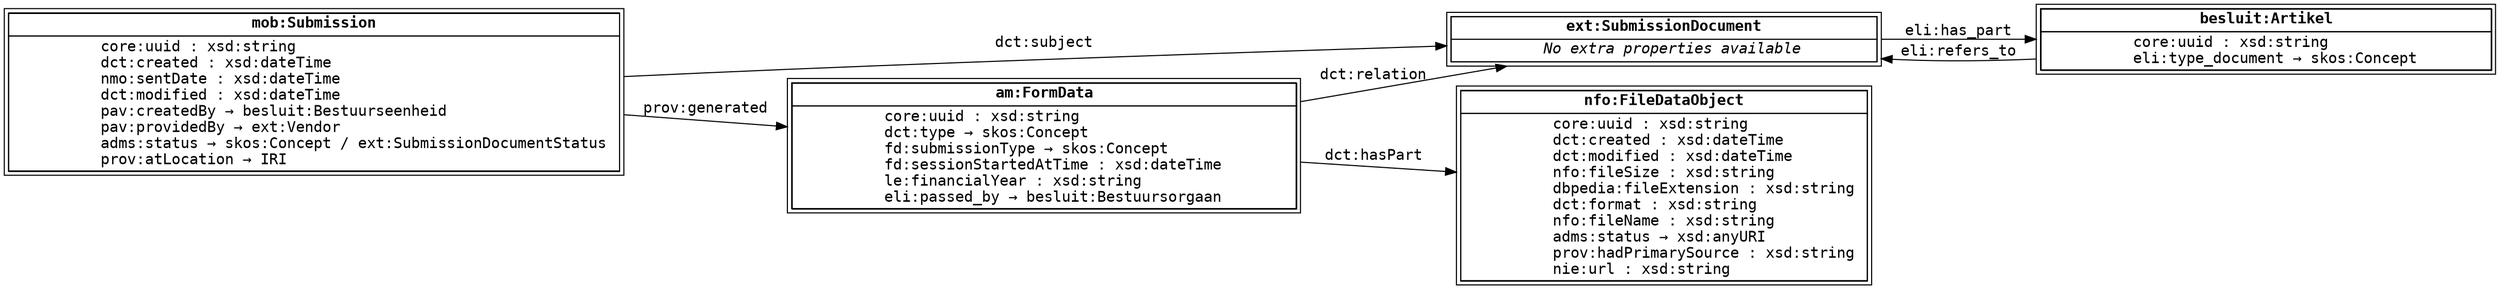
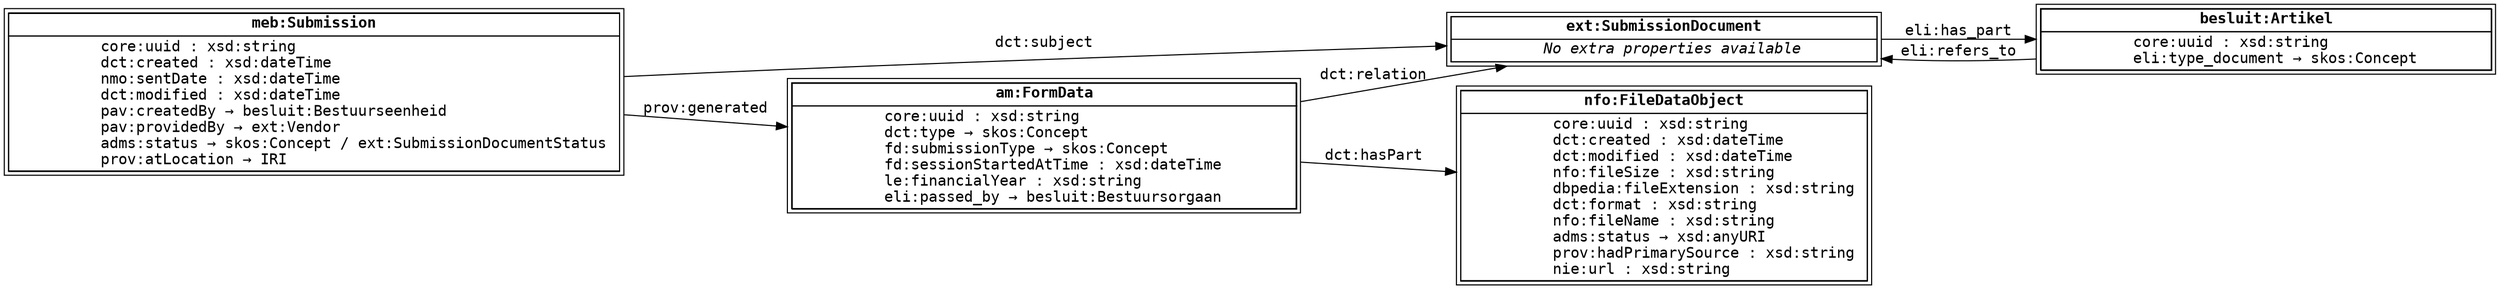
digraph SubmissionData {
  node [shape="box", peripheries=2, margin=0, fontname="Monospace"];
  edge [fontname="Monospace"]
  rankdir="LR"

  Submission [label=<
    <table border="0" cellspacing="0" cellborder="1">
      <tr>
-         <td><b>mob:Submission</b></td>
+         <td><b>meb:Submission</b></td>
      </tr>
      <tr>
        <td balign="left">
          core:uuid : xsd:string <br/>
          dct:created : xsd:dateTime <br/>
          nmo:sentDate : xsd:dateTime <br/>
          dct:modified : xsd:dateTime <br/>
          pav:createdBy → besluit:Bestuurseenheid <br/>
          pav:providedBy → ext:Vendor <br/>
          adms:status → skos:Concept / ext:SubmissionDocumentStatus <br/>
          prov:atLocation → IRI
        </td>
      </tr>
    </table>
  >];

  SubmissionDocument [label=<
    <table border="0" cellspacing="0" cellborder="1">
      <tr>
        <td><b>ext:SubmissionDocument</b></td>
      </tr>
      <tr>
        <td>
          <i>No extra properties available</i>
        </td>
      </tr>
    </table>
  >];

  Artikel [label=<
    <table border="0" cellspacing="0" cellborder="1">
      <tr>
        <td><b>besluit:Artikel</b></td>
      </tr>
      <tr>
        <td balign="left">
          core:uuid : xsd:string <br/>
          eli:type_document → skos:Concept
        </td>
      </tr>
    </table>
  >];

  FormData [label=<
    <table border="0" cellspacing="0" cellborder="1">
      <tr>
        <td><b>am:FormData</b></td>
      </tr>
      <tr>
        <td balign="left">
          core:uuid : xsd:string <br/>
          dct:type → skos:Concept <br/>
          fd:submissionType → skos:Concept <br/>
          fd:sessionStartedAtTime : xsd:dateTime <br/>
          le:financialYear : xsd:string <br/>
          eli:passed_by → besluit:Bestuursorgaan
        </td>
      </tr>
    </table>
  >];

  File [label=<
    <table border="0" cellspacing="0" cellborder="1">
      <tr>
        <td><b>nfo:FileDataObject</b></td>
      </tr>
      <tr>
        <td balign="left">
          core:uuid : xsd:string <br/>
          dct:created : xsd:dateTime <br/>
          dct:modified : xsd:dateTime <br/>
          nfo:fileSize : xsd:string <br/>
          dbpedia:fileExtension : xsd:string <br/>
          dct:format : xsd:string <br/>
          nfo:fileName : xsd:string <br/>
          adms:status → xsd:anyURI <br/>
          prov:hadPrimarySource : xsd:string <br/>
          nie:url : xsd:string
        </td>
      </tr>
    </table>
  >];

  Submission -> SubmissionDocument [label="dct:subject"];
  Submission -> FormData [label="prov:generated"];
  SubmissionDocument -> Artikel [label="eli:has_part"];
  Artikel -> SubmissionDocument [label="eli:refers_to"];
  FormData -> File [label="dct:hasPart"];
  FormData -> SubmissionDocument [label="dct:relation"];
}
